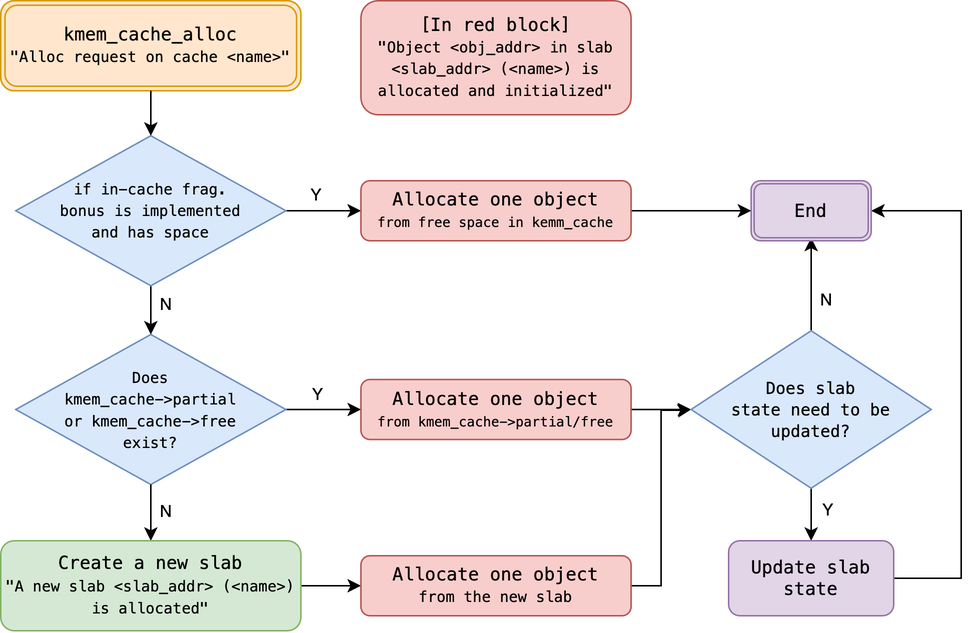
Earlier version of the draw.io export doc/images/mp2-slab-alloc.png (Shiritai/xv6-ntu-mp). Source tidied: cells renumbered, new cells last; positions are measured from the earlier drawing's top-left corner, leaving out a move shared by most shapes.
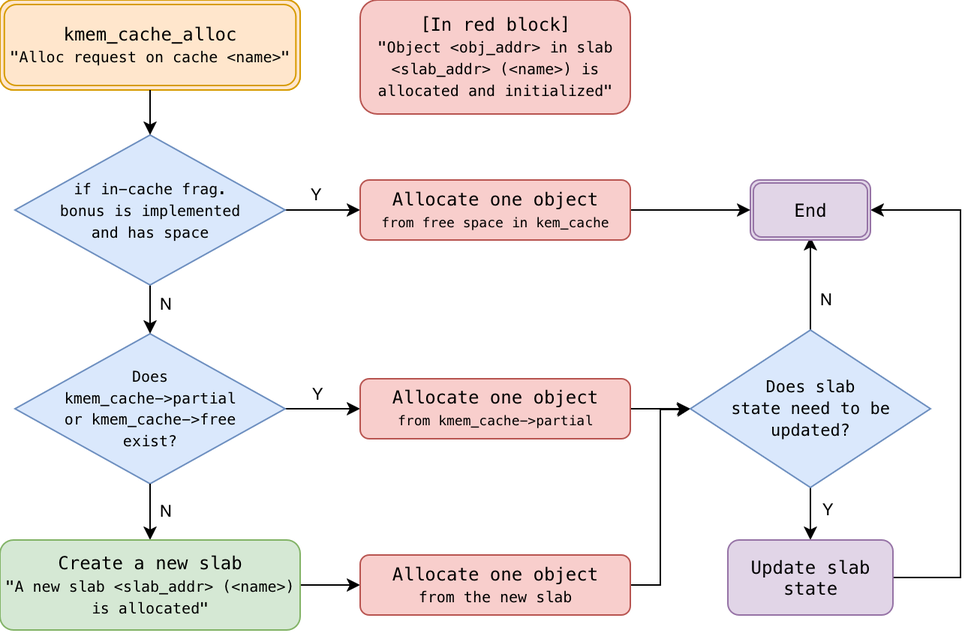
After the change.

Commit message:
docs: update slab allocator diagram.

Diff of the diagram source:
```diff
@@ -2,10 +2,10 @@
   <root>
     <mxCell id="0" />
     <mxCell id="1" parent="0" />
-    <mxCell id="2" style="edgeStyle=orthogonalEdgeStyle;rounded=0;jettySize=auto;html=1;entryX=0;entryY=0.5;entryDx=0;entryDy=0;" parent="1" edge="1" source="4" target="6">
-      <mxGeometry relative="1" as="geometry" />
-    </mxCell>
+    <mxCell id="35" style="edgeStyle=orthogonalEdgeStyle;rounded=0;jettySize=auto;html=1;entryX=0;entryY=0.5;entryDx=0;entryDy=0;" parent="1" edge="1" source="4" target="37">
+      <mxGeometry relative="1" as="geometry" />
+    </mxCell>
-    <mxCell id="3" value="&lt;span&gt;Y&lt;/span&gt;" style="edgeLabel;html=1;align=center;verticalAlign=middle;labelBackgroundColor=none;" parent="2" vertex="1">
+    <mxCell id="3" value="&lt;span&gt;Y&lt;/span&gt;" style="edgeLabel;html=1;align=center;verticalAlign=middle;labelBackgroundColor=none;" parent="35" vertex="1">
       <mxGeometry x="-0.18" relative="1" as="geometry">
         <mxPoint y="-10" as="offset" />
       </mxGeometry>
@@ -13,12 +13,12 @@
     <mxCell id="4" value="&lt;div&gt;&lt;font style=&quot;font-size: 10px;&quot; face=&quot;MesloLGM Nerd Font&quot;&gt;Does&lt;br&gt;kmem_cache-&amp;gt;partial&lt;/font&gt;&lt;/div&gt;&lt;div&gt;&lt;font style=&quot;font-size: 10px;&quot; face=&quot;MesloLGM Nerd Font&quot;&gt;or &lt;/font&gt;&lt;font style=&quot;font-size: 10px;&quot;&gt;&lt;font face=&quot;MesloLGM Nerd Font&quot;&gt;kmem_cache-&amp;gt;free&lt;/font&gt;&lt;/font&gt;&lt;/div&gt;&lt;div&gt;&lt;font style=&quot;font-size: 10px;&quot; face=&quot;MesloLGM Nerd Font&quot;&gt;exist?&lt;/font&gt;&lt;/div&gt;" style="rhombus;whiteSpace=wrap;html=1;fillColor=#dae8fc;strokeColor=#6c8ebf;rounded=0;" parent="1" vertex="1">
       <mxGeometry x="10" y="222.5" width="180" height="100" as="geometry" />
     </mxCell>
-    <mxCell id="5" style="edgeStyle=orthogonalEdgeStyle;rounded=0;jettySize=auto;html=1;entryX=0;entryY=0.5;entryDx=0;entryDy=0;" parent="1" edge="1" source="6" target="22">
-      <mxGeometry relative="1" as="geometry" />
-    </mxCell>
-    <mxCell id="6" value="&lt;div&gt;&lt;font face=&quot;MesloLGM Nerd Font&quot;&gt;Allocate one &lt;/font&gt;&lt;font face=&quot;MesloLGM Nerd Font&quot;&gt;object&lt;/font&gt;&lt;/div&gt;&lt;div&gt;&lt;font style=&quot;font-size: 9px;&quot; face=&quot;MesloLGM Nerd Font&quot;&gt;from &lt;font&gt;kmem_cache-&amp;gt;partial/free&lt;/font&gt;&lt;/font&gt;&lt;/div&gt;" style="rounded=1;whiteSpace=wrap;html=1;fillColor=#f8cecc;strokeColor=#b85450;" parent="1" vertex="1">
-      <mxGeometry x="240" y="252.5" width="180" height="40" as="geometry" />
-    </mxCell>
+    <mxCell id="36" style="edgeStyle=orthogonalEdgeStyle;rounded=0;jettySize=auto;html=1;entryX=0;entryY=0.5;entryDx=0;entryDy=0;" parent="1" edge="1" source="37" target="22">
+      <mxGeometry relative="1" as="geometry" />
+    </mxCell>
+    <mxCell id="37" value="&lt;div&gt;&lt;font face=&quot;MesloLGM Nerd Font&quot;&gt;Allocate one &lt;/font&gt;&lt;font face=&quot;MesloLGM Nerd Font&quot;&gt;object&lt;/font&gt;&lt;/div&gt;&lt;div&gt;&lt;font style=&quot;font-size: 9px;&quot; face=&quot;MesloLGM Nerd Font&quot;&gt;from &lt;font&gt;kmem_cache-&amp;gt;partial&lt;/font&gt;&lt;/font&gt;&lt;/div&gt;" style="rounded=1;whiteSpace=wrap;html=1;fillColor=#f8cecc;strokeColor=#b85450;" parent="1" vertex="1">
+      <mxGeometry x="240" y="252.5" width="180" height="40" as="geometry" />
+    </mxCell>
     <mxCell id="7" value="N" style="edgeStyle=orthogonalEdgeStyle;rounded=0;jettySize=auto;html=1;entryX=0.5;entryY=0;entryDx=0;entryDy=0;labelBackgroundColor=none;exitX=0.5;exitY=1;exitDx=0;exitDy=0;" parent="1" edge="1" source="4" target="9">
       <mxGeometry x="-1" y="466" relative="1" as="geometry">
         <mxPoint x="-16" y="-123" as="offset" />
@@ -33,16 +33,16 @@
     <mxCell id="10" style="edgeStyle=orthogonalEdgeStyle;rounded=0;jettySize=auto;html=1;entryX=0.5;entryY=0;entryDx=0;entryDy=0;exitX=0.5;exitY=1;exitDx=0;exitDy=0;labelBackgroundColor=none;" parent="1" edge="1" source="31" target="4">
       <mxGeometry relative="1" as="geometry" />
     </mxCell>
-    <mxCell id="11" value="N" style="edgeLabel;html=1;align=center;verticalAlign=middle;labelBackgroundColor=none;" parent="10" vertex="1">
-      <mxGeometry x="-0.21" y="1" relative="1" as="geometry">
-        <mxPoint x="9" as="offset" />
-      </mxGeometry>
-    </mxCell>
-    <mxCell id="12" value="N" style="edgeLabel;html=1;align=center;verticalAlign=middle;labelBackgroundColor=none;" parent="10" vertex="1">
-      <mxGeometry x="-0.21" y="1" relative="1" as="geometry">
-        <mxPoint x="9" y="138" as="offset" />
-      </mxGeometry>
-    </mxCell>
+    <mxCell id="38" value="N" style="edgeLabel;html=1;align=center;verticalAlign=middle;labelBackgroundColor=none;" parent="10" vertex="1">
+      <mxGeometry x="-0.21" y="1" relative="1" as="geometry">
+        <mxPoint x="9" as="offset" />
+      </mxGeometry>
+    </mxCell>
+    <mxCell id="39" value="N" style="edgeLabel;html=1;align=center;verticalAlign=middle;labelBackgroundColor=none;" parent="10" vertex="1">
+      <mxGeometry x="-0.21" y="1" relative="1" as="geometry">
+        <mxPoint x="9" y="138" as="offset" />
+      </mxGeometry>
+    </mxCell>
     <mxCell id="13" style="edgeStyle=orthogonalEdgeStyle;rounded=0;jettySize=auto;html=1;entryX=0;entryY=0.5;entryDx=0;entryDy=0;" parent="1" edge="1" source="14" target="22">
       <mxGeometry relative="1" as="geometry">
         <Array as="points">
@@ -61,12 +61,12 @@
     <mxCell id="16" style="group;" parent="1" vertex="1">
       <mxGeometry width="200" height="60" as="geometry" />
     </mxCell>
-    <mxCell id="17" value="&lt;font face=&quot;MesloLGM Nerd Font&quot;&gt;kmem_cache_alloc&lt;/font&gt;" style="rounded=1;whiteSpace=wrap;html=1;fillColor=#ffe6cc;strokeColor=#d79b00;glass=0;" parent="16" vertex="1">
-      <mxGeometry width="200" height="60" as="geometry" />
-    </mxCell>
-    <mxCell id="18" value="&lt;font face=&quot;MesloLGM Nerd Font&quot;&gt;kmem_cache_alloc&lt;/font&gt;" style="rounded=1;whiteSpace=wrap;html=1;fillColor=#ffe6cc;strokeColor=#d79b00;glass=0;" parent="16" vertex="1">
-      <mxGeometry width="200" height="60" as="geometry" />
-    </mxCell>
+    <mxCell id="40" value="&lt;font face=&quot;MesloLGM Nerd Font&quot;&gt;kmem_cache_alloc&lt;/font&gt;" style="rounded=1;whiteSpace=wrap;html=1;fillColor=#ffe6cc;strokeColor=#d79b00;glass=0;" parent="16" vertex="1">
+      <mxGeometry width="200" height="60" as="geometry" />
+    </mxCell>
+    <mxCell id="41" value="&lt;font face=&quot;MesloLGM Nerd Font&quot;&gt;kmem_cache_alloc&lt;/font&gt;" style="rounded=1;whiteSpace=wrap;html=1;fillColor=#ffe6cc;strokeColor=#d79b00;glass=0;" parent="16" vertex="1">
+      <mxGeometry width="200" height="60" as="geometry" />
+    </mxCell>
     <mxCell id="19" value="&lt;div&gt;&lt;font face=&quot;MesloLGM Nerd Font&quot;&gt;kmem_cache_alloc&lt;/font&gt;&lt;/div&gt;&lt;font style=&quot;font-size: 10px;&quot; face=&quot;MesloLGM Nerd Font&quot;&gt;&quot;Alloc request on cache &amp;lt;name&amp;gt;&quot;&lt;/font&gt;" style="rounded=1;whiteSpace=wrap;html=1;fillColor=#ffe6cc;strokeColor=#d79b00;glass=0;" parent="16" vertex="1">
       <mxGeometry x="2.9" y="3" width="194.3" height="54" as="geometry" />
     </mxCell>
@@ -99,37 +99,37 @@
     <mxCell id="27" value="End" style="rounded=1;whiteSpace=wrap;html=1;fillColor=#e1d5e7;strokeColor=#9673a6;fontFamily=MesloLGM Nerd Font;" parent="25" vertex="1">
       <mxGeometry x="2" y="2" width="76" height="36" as="geometry" />
     </mxCell>
-    <mxCell id="28" style="edgeStyle=orthogonalEdgeStyle;rounded=0;jettySize=auto;html=1;entryX=0;entryY=0.5;entryDx=0;entryDy=0;" parent="1" edge="1" source="31" target="33">
-      <mxGeometry relative="1" as="geometry" />
-    </mxCell>
-    <mxCell id="29" value="Y" style="edgeLabel;html=1;align=center;verticalAlign=middle;labelBackgroundColor=none;" parent="28" vertex="1">
-      <mxGeometry x="-0.23" y="-1" relative="1" as="geometry">
-        <mxPoint y="-11" as="offset" />
-      </mxGeometry>
-    </mxCell>
-    <mxCell id="30" value="Y" style="edgeLabel;html=1;align=center;verticalAlign=middle;labelBackgroundColor=none;" parent="28" vertex="1">
-      <mxGeometry x="-0.23" y="-1" relative="1" as="geometry">
-        <mxPoint x="341" y="199" as="offset" />
-      </mxGeometry>
-    </mxCell>
+    <mxCell id="42" style="edgeStyle=orthogonalEdgeStyle;rounded=0;jettySize=auto;html=1;entryX=0;entryY=0.5;entryDx=0;entryDy=0;" parent="1" edge="1" source="31" target="46">
+      <mxGeometry relative="1" as="geometry" />
+    </mxCell>
+    <mxCell id="43" value="Y" style="edgeLabel;html=1;align=center;verticalAlign=middle;labelBackgroundColor=none;" parent="42" vertex="1">
+      <mxGeometry x="-0.23" y="-1" relative="1" as="geometry">
+        <mxPoint y="-11" as="offset" />
+      </mxGeometry>
+    </mxCell>
+    <mxCell id="44" value="Y" style="edgeLabel;html=1;align=center;verticalAlign=middle;labelBackgroundColor=none;" parent="42" vertex="1">
+      <mxGeometry x="-0.23" y="-1" relative="1" as="geometry">
+        <mxPoint x="341" y="199" as="offset" />
+      </mxGeometry>
+    </mxCell>
     <mxCell id="31" value="&lt;div&gt;&lt;font style=&quot;font-size: 10px;&quot; face=&quot;MesloLGM Nerd Font&quot;&gt;if in-cache frag.&lt;/font&gt;&lt;/div&gt;&lt;div&gt;&lt;font style=&quot;font-size: 10px;&quot; face=&quot;MesloLGM Nerd Font&quot;&gt;bonus is implemented&lt;/font&gt;&lt;/div&gt;&lt;div&gt;&lt;font style=&quot;font-size: 10px;&quot; face=&quot;MesloLGM Nerd Font&quot;&gt;and has space&lt;/font&gt;&lt;/div&gt;" style="rhombus;whiteSpace=wrap;html=1;fillColor=#dae8fc;strokeColor=#6c8ebf;rounded=0;" parent="1" vertex="1">
       <mxGeometry x="10" y="90" width="180" height="100" as="geometry" />
     </mxCell>
-    <mxCell id="32" style="edgeStyle=orthogonalEdgeStyle;rounded=0;jettySize=auto;html=1;entryX=0;entryY=0.5;entryDx=0;entryDy=0;exitX=1;exitY=0.5;exitDx=0;exitDy=0;" parent="1" edge="1" source="33" target="26">
-      <mxGeometry relative="1" as="geometry">
-        <Array as="points">
-          <mxPoint x="450" y="140" />
-          <mxPoint x="450" y="140" />
-        </Array>
-      </mxGeometry>
-    </mxCell>
-    <mxCell id="33" value="&lt;div&gt;&lt;font face=&quot;MesloLGM Nerd Font&quot;&gt;Allocate one &lt;/font&gt;&lt;font face=&quot;MesloLGM Nerd Font&quot;&gt;object&lt;/font&gt;&lt;/div&gt;&lt;div&gt;&lt;font style=&quot;font-size: 9px;&quot; face=&quot;MesloLGM Nerd Font&quot;&gt;from free space in kemm_&lt;font&gt;cache&lt;/font&gt;&lt;/font&gt;&lt;/div&gt;" style="rounded=1;whiteSpace=wrap;html=1;fillColor=#f8cecc;strokeColor=#b85450;" parent="1" vertex="1">
-      <mxGeometry x="240" y="120" width="180" height="40" as="geometry" />
-    </mxCell>
-    <mxCell id="34" style="edgeStyle=orthogonalEdgeStyle;rounded=0;jettySize=auto;html=1;entryX=0.5;entryY=0;entryDx=0;entryDy=0;" parent="1" edge="1" target="31">
-      <mxGeometry relative="1" as="geometry">
-        <mxPoint x="100" y="60" as="sourcePoint" />
-      </mxGeometry>
-    </mxCell>
+    <mxCell id="45" style="edgeStyle=orthogonalEdgeStyle;rounded=0;jettySize=auto;html=1;entryX=0;entryY=0.5;entryDx=0;entryDy=0;exitX=1;exitY=0.5;exitDx=0;exitDy=0;" parent="1" edge="1" source="46" target="26">
+      <mxGeometry relative="1" as="geometry">
+        <Array as="points">
+          <mxPoint x="450" y="140" />
+          <mxPoint x="450" y="140" />
+        </Array>
+      </mxGeometry>
+    </mxCell>
+    <mxCell id="46" value="&lt;div&gt;&lt;font face=&quot;MesloLGM Nerd Font&quot;&gt;Allocate one &lt;/font&gt;&lt;font face=&quot;MesloLGM Nerd Font&quot;&gt;object&lt;/font&gt;&lt;/div&gt;&lt;div&gt;&lt;font style=&quot;font-size: 9px;&quot; face=&quot;MesloLGM Nerd Font&quot;&gt;from free space in kem_&lt;font&gt;cache&lt;/font&gt;&lt;/font&gt;&lt;/div&gt;" style="rounded=1;whiteSpace=wrap;html=1;fillColor=#f8cecc;strokeColor=#b85450;" parent="1" vertex="1">
+      <mxGeometry x="240" y="120" width="180" height="40" as="geometry" />
+    </mxCell>
+    <mxCell id="47" style="edgeStyle=orthogonalEdgeStyle;rounded=0;jettySize=auto;html=1;entryX=0.5;entryY=0;entryDx=0;entryDy=0;" parent="1" edge="1" target="31">
+      <mxGeometry relative="1" as="geometry">
+        <mxPoint x="100" y="60" as="sourcePoint" />
+      </mxGeometry>
+    </mxCell>
   </root>
 </mxGraphModel>
```
